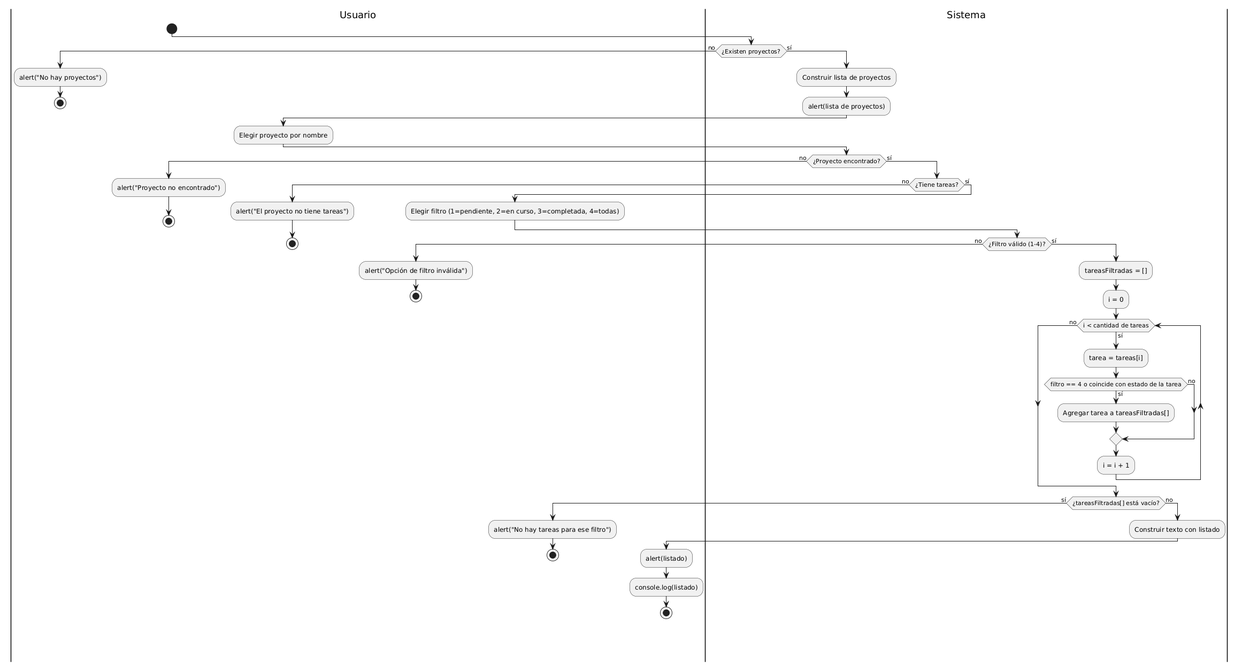
martindebenedetti/Planix keeps this PlantUML diagram as docs/05-diagramas/01-diagrama-de-actividades/actividad-flujo-4-filtrar-tareas.png. Above is the earlier version.
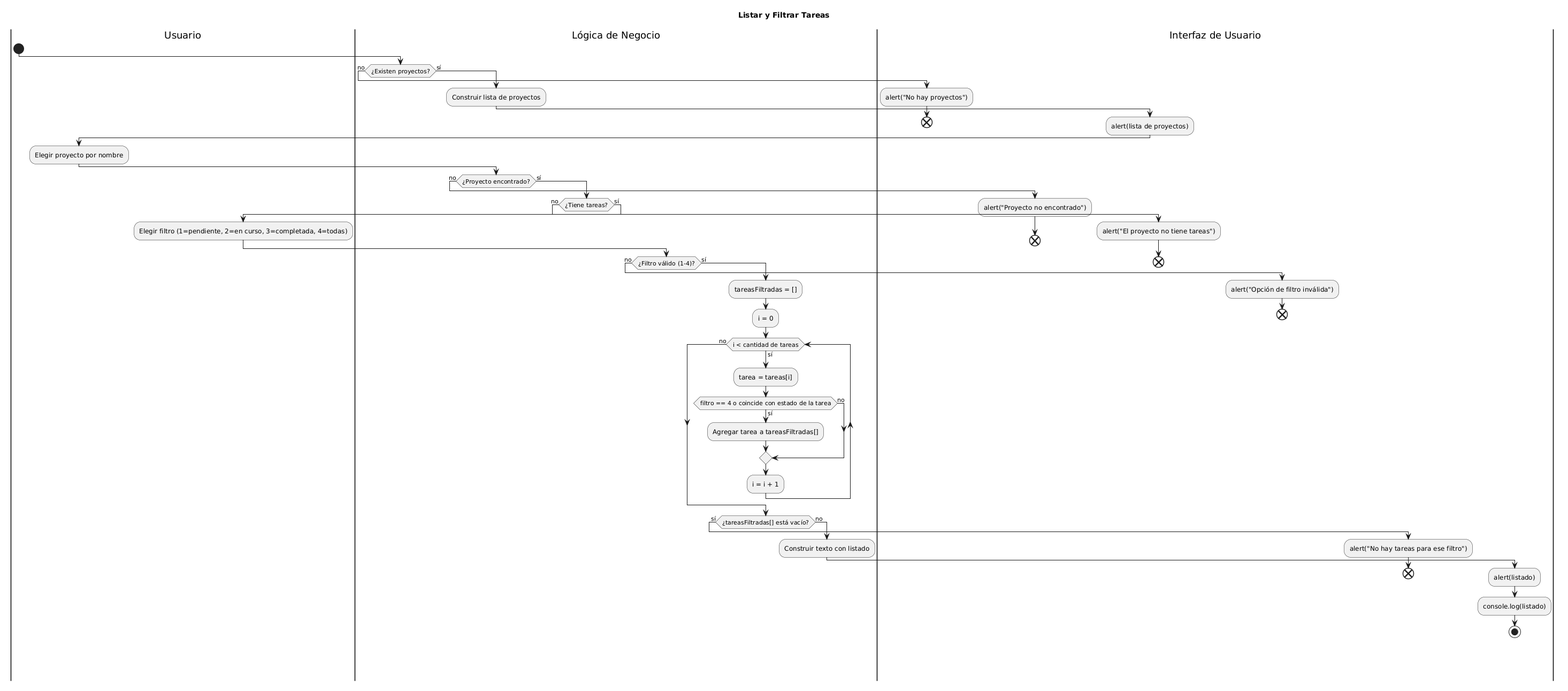
After the commit.

Change to the diagram source:
```diff
@@ -1,62 +1,64 @@
 @startuml
+title Listar y Filtrar Tareas
 |Usuario|
 start
-|Sistema|
+|Lógica de Negocio|
 if (¿Existen proyectos?) then (no)
-  |Usuario|
+  |Interfaz de Usuario|
   :alert("No hay proyectos");
-  stop
+  end
 else (sí)
-  |Sistema|
+  |Lógica de Negocio|
   :Construir lista de proyectos;
+  |Interfaz de Usuario|
   :alert(lista de proyectos);
   |Usuario|
   :Elegir proyecto por nombre;
-  |Sistema|
+  |Lógica de Negocio|
   if (¿Proyecto encontrado?) then (no)
-    |Usuario|
+    |Interfaz de Usuario|
     :alert("Proyecto no encontrado");
-    stop
+    end
   else (sí)
-    |Sistema|
+    |Lógica de Negocio|
     if (¿Tiene tareas?) then (no)
-      |Usuario|
+      |Interfaz de Usuario|
       :alert("El proyecto no tiene tareas");
-      stop
+      end
     else (sí)
       |Usuario|
       :Elegir filtro (1=pendiente, 2=en curso, 3=completada, 4=todas);
-      |Sistema|
+      |Lógica de Negocio|
       if (¿Filtro válido (1-4)?) then (no)
-        |Usuario|
+        |Interfaz de Usuario|
         :alert("Opción de filtro inválida");
-        stop
+        end
       else (sí)
-        |Sistema|
+        |Lógica de Negocio|
         :tareasFiltradas = [];
         :i = 0;
         while (i < cantidad de tareas) is (sí)
-          :tarea = tareas[i];
-          if (filtro == 4 o coincide con estado de la tarea) then (sí)
-            :Agregar tarea a tareasFiltradas[];
+            :tarea = tareas[i];
+            if (filtro == 4 o coincide con estado de la tarea) then (sí)
+              :Agregar tarea a tareasFiltradas[];
+            else (no)
+            endif
+            :i = i + 1;
+          endwhile (no)
+          if (¿tareasFiltradas[] está vacío?) then (sí)
+            |Interfaz de Usuario|
+            :alert("No hay tareas para ese filtro");
+            end
           else (no)
+            |Lógica de Negocio|
+            :Construir texto con listado;
+            |Interfaz de Usuario|
+            :alert(listado);
+            :console.log(listado);
+            stop
           endif
-          :i = i + 1;
-        endwhile (no)
-        if (¿tareasFiltradas[] está vacío?) then (sí)
-          |Usuario|
-          :alert("No hay tareas para ese filtro");
-          stop
-        else (no)
-          |Sistema|
-          :Construir texto con listado;
-          |Usuario|
-          :alert(listado);
-          :console.log(listado);
-          stop
         endif
       endif
     endif
   endif
-endif
 @enduml
```
